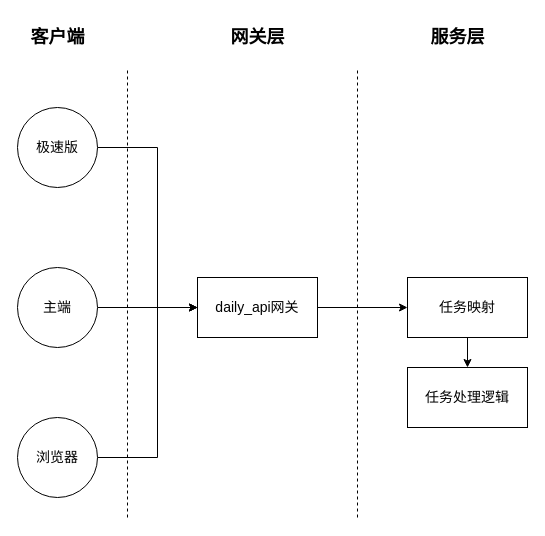
Before: drawio/新人金币礼包切流后数据流.drawio in Hui4401/file, a draw.io diagram. Source tidied: cells renumbered, new cells numbered last; positions are measured from the earlier drawing's top-left corner, leaving out a move shared by most shapes. Both pictures are drawn from the tidied source at 100%, with x=0, y=0 at pixel (17, 17).
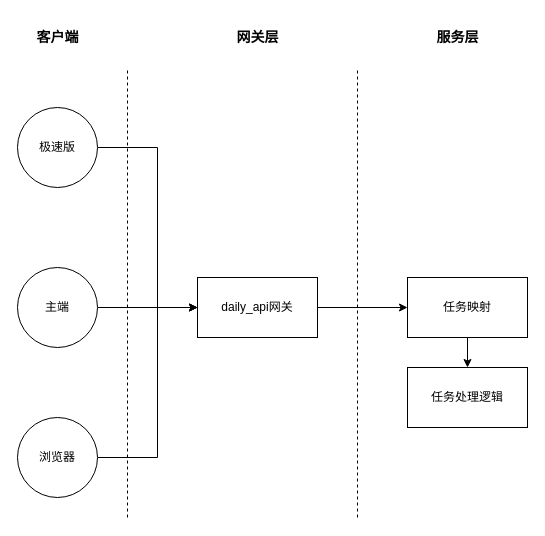
After the change.

Commit message:
更新新人金币礼包切流后数据流.drawio

Change to the diagram source:
```diff
@@
-    <mxCell id="3" value="&lt;font style=&quot;font-size: 14px;&quot;&gt;极速版&lt;/font&gt;" style="ellipse;whiteSpace=wrap;html=1;" parent="1" vertex="1">
+    <mxCell id="3" value="&lt;font style=&quot;font-size: 12px;&quot;&gt;极速版&lt;/font&gt;" style="ellipse;whiteSpace=wrap;html=1;" parent="1" vertex="1">
       <mxGeometry y="90" width="80" height="80" as="geometry" />
     </mxCell>
@@
-    <mxCell id="5" value="&lt;font style=&quot;font-size: 14px;&quot;&gt;主端&lt;/font&gt;" style="ellipse;whiteSpace=wrap;html=1;" parent="1" vertex="1">
+    <mxCell id="5" value="&lt;font style=&quot;font-size: 12px;&quot;&gt;主端&lt;/font&gt;" style="ellipse;whiteSpace=wrap;html=1;" parent="1" vertex="1">
       <mxGeometry y="250" width="80" height="80" as="geometry" />
     </mxCell>
@@
-    <mxCell id="7" value="&lt;font style=&quot;font-size: 14px;&quot;&gt;浏览器&lt;/font&gt;" style="ellipse;whiteSpace=wrap;html=1;" parent="1" vertex="1">
+    <mxCell id="7" value="&lt;font style=&quot;font-size: 12px;&quot;&gt;浏览器&lt;/font&gt;" style="ellipse;whiteSpace=wrap;html=1;" parent="1" vertex="1">
       <mxGeometry y="400" width="80" height="80" as="geometry" />
     </mxCell>
@@
-    <mxCell id="9" value="&lt;span style=&quot;font-size: 14px;&quot;&gt;daily_api网关&lt;/span&gt;" style="rounded=0;whiteSpace=wrap;html=1;" parent="1" vertex="1">
+    <mxCell id="9" value="&lt;font style=&quot;font-size: 12px;&quot;&gt;daily_api网关&lt;/font&gt;" style="rounded=0;whiteSpace=wrap;html=1;" parent="1" vertex="1">
       <mxGeometry x="180" y="260" width="120" height="60" as="geometry" />
     </mxCell>
@@
-    <mxCell id="11" value="&lt;font style=&quot;font-size: 14px;&quot;&gt;任务映射&lt;/font&gt;" style="rounded=0;whiteSpace=wrap;html=1;" parent="1" vertex="1">
+    <mxCell id="11" value="&lt;font style=&quot;font-size: 12px;&quot;&gt;任务映射&lt;/font&gt;" style="rounded=0;whiteSpace=wrap;html=1;" parent="1" vertex="1">
       <mxGeometry x="390" y="260" width="120" height="60" as="geometry" />
     </mxCell>
-    <mxCell id="12" value="&lt;font style=&quot;font-size: 14px;&quot;&gt;任务处理逻辑&lt;/font&gt;" style="rounded=0;whiteSpace=wrap;html=1;" parent="1" vertex="1">
+    <mxCell id="12" value="&lt;font style=&quot;font-size: 12px;&quot;&gt;任务处理逻辑&lt;/font&gt;" style="rounded=0;whiteSpace=wrap;html=1;" parent="1" vertex="1">
       <mxGeometry x="390" y="350" width="120" height="60" as="geometry" />
     </mxCell>
@@
-    <mxCell id="15" value="&lt;b&gt;&lt;font style=&quot;font-size: 18px;&quot;&gt;客户端&lt;/font&gt;&lt;/b&gt;" style="text;html=1;align=center;verticalAlign=middle;strokeColor=none;fillColor=none;" parent="1" vertex="1">
-      <mxGeometry width="80" height="40" as="geometry" />
+    <mxCell id="15" value="&lt;b&gt;&lt;font style=&quot;font-size: 14px;&quot;&gt;客户端&lt;/font&gt;&lt;/b&gt;" style="text;html=1;align=center;verticalAlign=middle;strokeColor=none;fillColor=none;" parent="1" vertex="1">
+      <mxGeometry x="5" y="5" width="70" height="30" as="geometry" />
     </mxCell>
-    <mxCell id="16" value="&lt;b&gt;&lt;font style=&quot;font-size: 18px;&quot;&gt;网关层&lt;/font&gt;&lt;/b&gt;" style="text;html=1;align=center;verticalAlign=middle;strokeColor=none;fillColor=none;" parent="1" vertex="1">
-      <mxGeometry x="200" width="80" height="40" as="geometry" />
+    <mxCell id="16" value="&lt;b&gt;&lt;font style=&quot;font-size: 14px;&quot;&gt;网关层&lt;/font&gt;&lt;/b&gt;" style="text;html=1;align=center;verticalAlign=middle;strokeColor=none;fillColor=none;" parent="1" vertex="1">
+      <mxGeometry x="205" y="5" width="70" height="30" as="geometry" />
     </mxCell>
-    <mxCell id="17" value="&lt;span style=&quot;font-size: 18px;&quot;&gt;&lt;b&gt;服务层&lt;/b&gt;&lt;/span&gt;" style="text;html=1;align=center;verticalAlign=middle;strokeColor=none;fillColor=none;" parent="1" vertex="1">
-      <mxGeometry x="400" width="80" height="40" as="geometry" />
+    <mxCell id="17" value="&lt;b style=&quot;&quot;&gt;&lt;font style=&quot;font-size: 14px;&quot;&gt;服务层&lt;/font&gt;&lt;/b&gt;" style="text;html=1;align=center;verticalAlign=middle;strokeColor=none;fillColor=none;" parent="1" vertex="1">
+      <mxGeometry x="405" y="5" width="70" height="30" as="geometry" />
     </mxCell>
```
